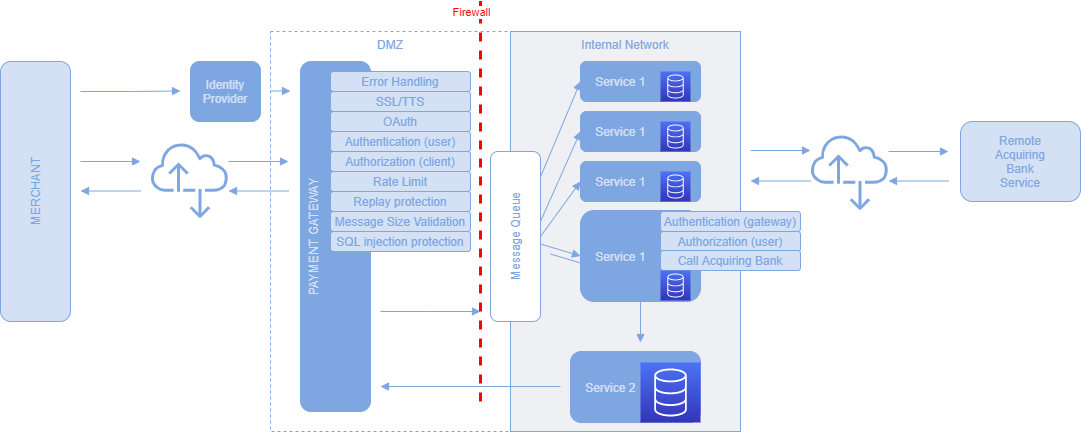
vascosoares/paymentgateway keeps this draw.io diagram as paymentgateway.png. Above is the earlier version. Source tidied: cells renumbered, new cells last; positions are measured from the earlier drawing's top-left corner, leaving out a move shared by most shapes.
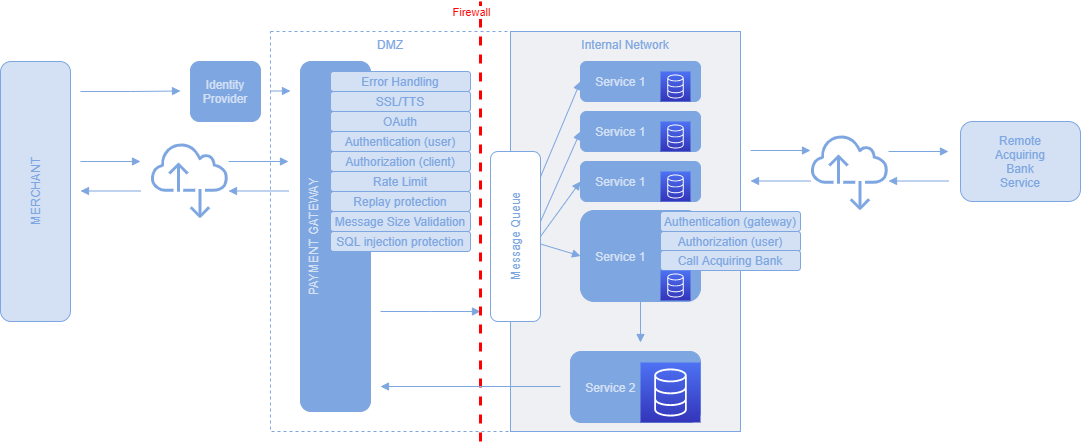
The same file after the commit.

The edit, as a diff of the source:
```diff
@@ -133,13 +133,13 @@
     </mxCell>
     <mxCell id="36" style="endArrow=none;dashed=1;html=1;strokeColor=#FF0000;strokeWidth=3;fontColor=#FF0000;" parent="1" edge="1">
       <mxGeometry relative="1" as="geometry">
-        <mxPoint x="480" y="400" as="sourcePoint" />
+        <mxPoint x="480" y="440" as="sourcePoint" />
         <mxPoint x="480" as="targetPoint" />
       </mxGeometry>
     </mxCell>
     <mxCell id="37" value="Firewall" style="edgeLabel;html=1;align=center;verticalAlign=middle;fontColor=#FF0000;" parent="36" vertex="1">
       <mxGeometry x="0.21" y="3" relative="1" as="geometry">
-        <mxPoint x="-7" y="-147" as="offset" />
+        <mxPoint x="-7" y="-163" as="offset" />
       </mxGeometry>
     </mxCell>
     <mxCell id="38" style="html=1;endArrow=block;elbow=vertical;startArrow=none;endFill=1;rounded=0;fontColor=#7EA6E0;strokeColor=#7EA6E0;entryX=0;entryY=0.5;entryDx=0;entryDy=0;" parent="1" edge="1" source="23" target="25">
@@ -199,12 +199,6 @@
         <mxPoint x="948" y="179.5" as="targetPoint" />
       </mxGeometry>
     </mxCell>
-    <mxCell id="52" style="html=1;endArrow=block;elbow=vertical;startArrow=none;endFill=1;rounded=0;fontColor=#7EA6E0;strokeColor=#7EA6E0;entryX=0;entryY=0.5;entryDx=0;entryDy=0;" parent="1" edge="1">
-      <mxGeometry relative="1" as="geometry">
-        <mxPoint x="550" y="252.5" as="sourcePoint" />
-        <mxPoint x="590" y="264.5" as="targetPoint" />
-      </mxGeometry>
-    </mxCell>
     <mxCell id="53" style="html=1;endArrow=none;elbow=vertical;startArrow=block;startFill=1;rounded=0;fontColor=#7EA6E0;strokeColor=#7EA6E0;" parent="1" edge="1">
       <mxGeometry relative="1" as="geometry">
         <mxPoint x="640" y="341" as="sourcePoint" />
```
